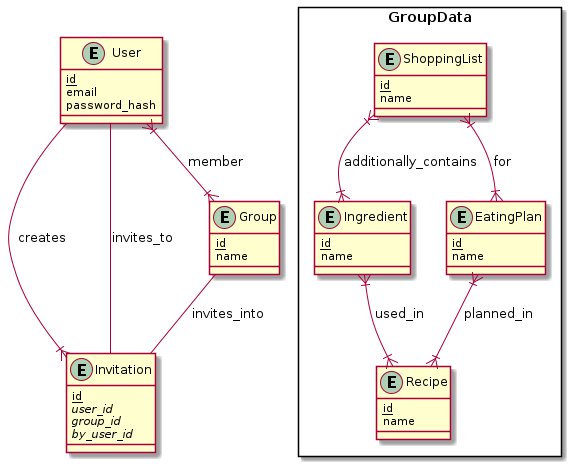
Before: data-model.png, a diagram exported from PlantUML (jeyj0/shopping-list-manager).
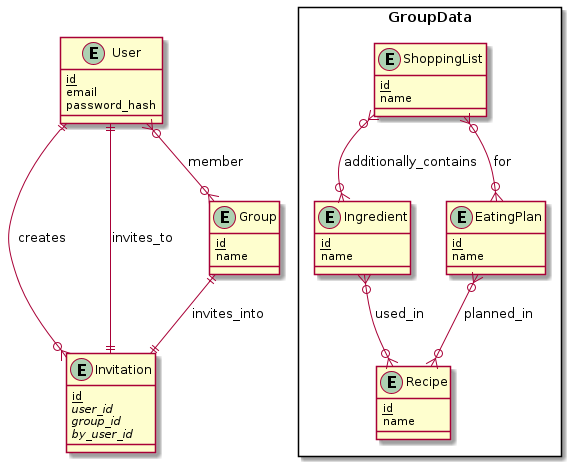
After the commit.

Commit message:
update relations notation

The edit, as a diff of the source:
```diff
@@ -33,13 +33,13 @@
      name
 }
 
-User }|--|{ Group : member
-User --|{ Invitation : creates
-User -- Invitation : invites_to
-Group -- Invitation : invites_into
+User }o--o{ Group : member
+User ||--o{ Invitation : creates
+User ||--|| Invitation : invites_to
+Group ||--|| Invitation : invites_into
 
-Ingredient }|--|{ Recipe : used_in
-EatingPlan }|--|{ Recipe : planned_in
-ShoppingList }|--|{ EatingPlan : for
-ShoppingList }|--|{ Ingredient : additionally_contains
+Ingredient }o--o{ Recipe : used_in
+EatingPlan }o--o{ Recipe : planned_in
+ShoppingList }o--o{ EatingPlan : for
+ShoppingList }o--o{ Ingredient : additionally_contains
 @enduml
```
